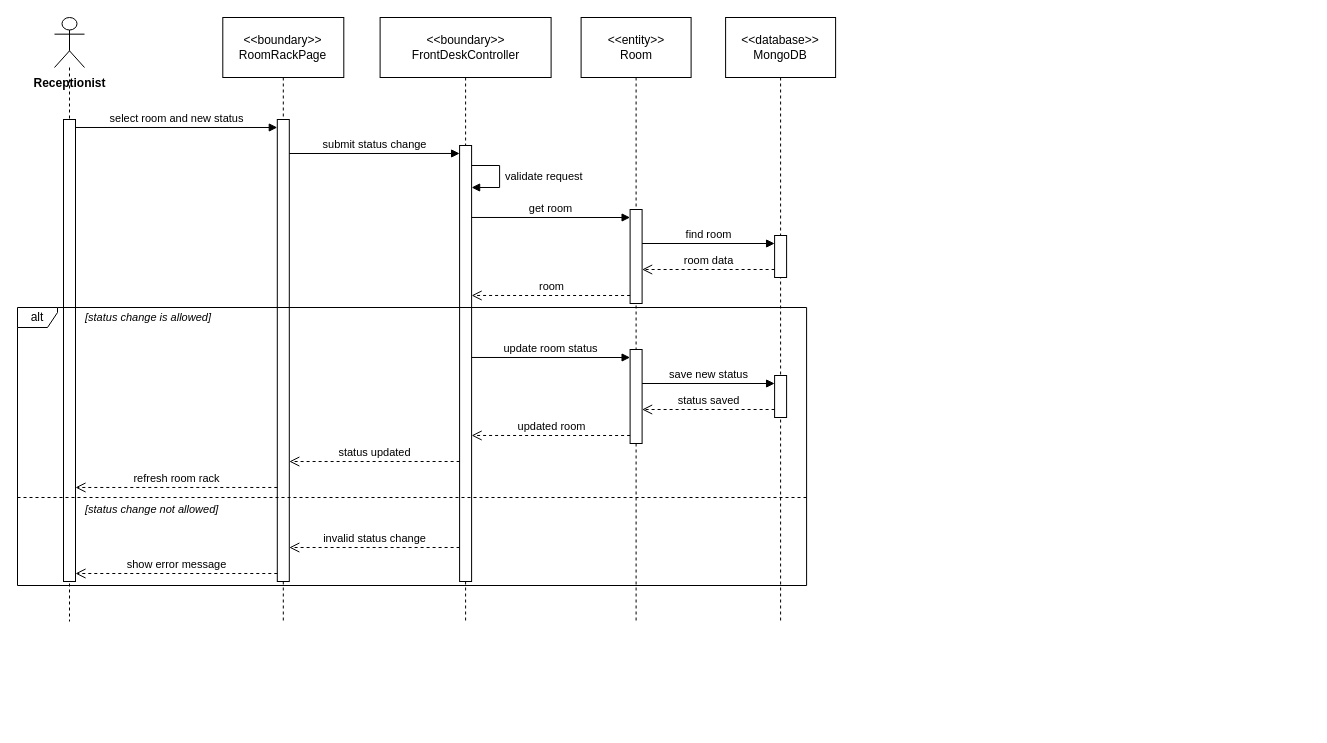
toikobi401/SWD392 keeps this draw.io diagram as final/diagrams/M1_Inventory-And-Pricing_Diagrams/sequence_diagrams/SD-02_UC-R13_UpdateRoomStatus.drawio. Above is the earlier version. Source tidied: cells renumbered, new cells numbered last; positions are measured from the earlier drawing's top-left corner, leaving out a move shared by most shapes. Both pictures are drawn from the tidied source at 100%, with x=0, y=0 at pixel (17, 17).
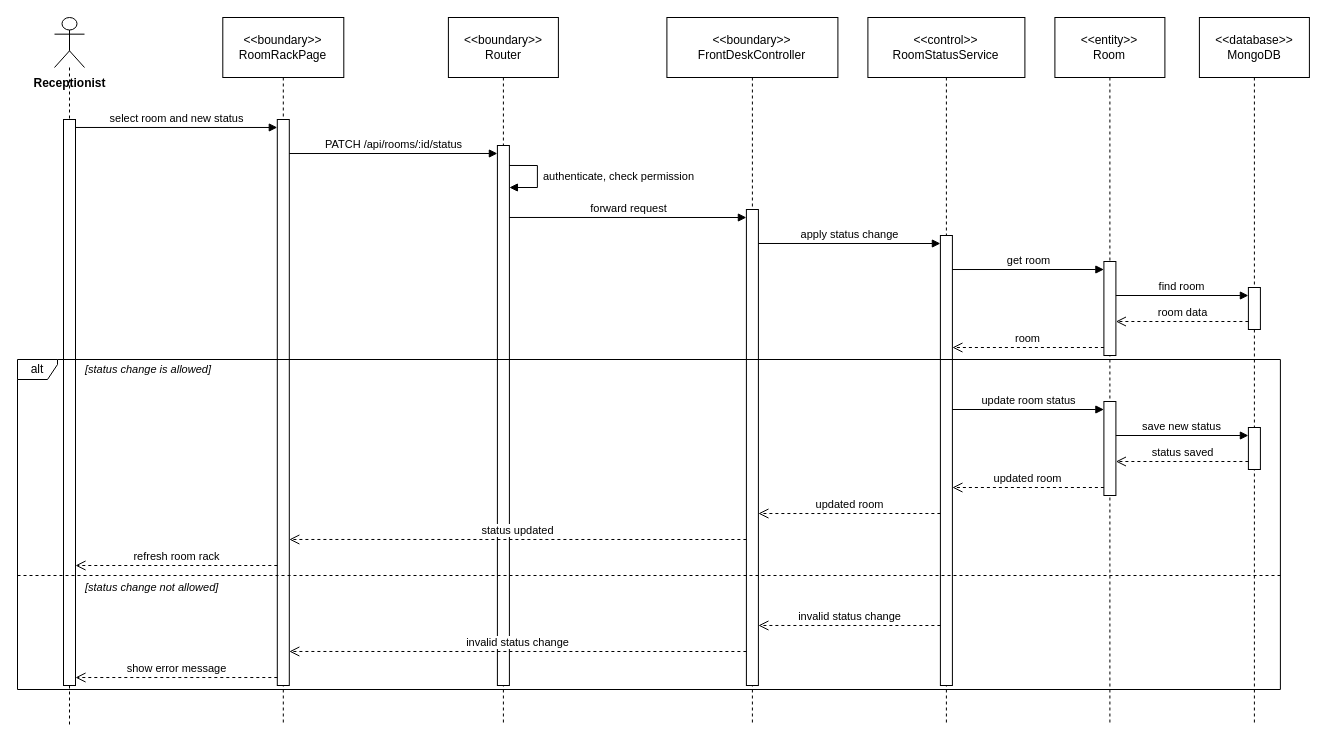
The same diagram, later.

Change to the diagram source:
```diff
@@
     <mxCell id="2" value="Receptionist" style="shape=umlLifeline;participant=umlActor;perimeter=lifelinePerimeter;whiteSpace=nowrap;html=1;verticalAlign=top;spacingTop=52;size=50;fontStyle=1;" parent="1" vertex="1">
-      <mxGeometry x="37" width="30" height="604" as="geometry" />
+      <mxGeometry x="37" width="30" height="708" as="geometry" />
     </mxCell>
     <mxCell id="3" value="&amp;lt;&amp;lt;boundary&amp;gt;&amp;gt;&lt;br&gt;RoomRackPage" style="shape=umlLifeline;perimeter=lifelinePerimeter;whiteSpace=wrap;html=1;size=60;" parent="1" vertex="1">
-      <mxGeometry x="205.3" width="121" height="604" as="geometry" />
+      <mxGeometry x="205.3" width="121" height="708" as="geometry" />
     </mxCell>
+    <mxCell id="33" value="&amp;lt;&amp;lt;boundary&amp;gt;&amp;gt;&lt;br&gt;Router" style="shape=umlLifeline;perimeter=lifelinePerimeter;whiteSpace=wrap;html=1;size=60;" parent="1" vertex="1">
+      <mxGeometry x="430.9" width="110" height="708" as="geometry" />
+    </mxCell>
     <mxCell id="4" value="&amp;lt;&amp;lt;boundary&amp;gt;&amp;gt;&lt;br&gt;FrontDeskController" style="shape=umlLifeline;perimeter=lifelinePerimeter;whiteSpace=wrap;html=1;size=60;" parent="1" vertex="1">
-      <mxGeometry x="362.6" width="171" height="604" as="geometry" />
+      <mxGeometry x="649.4" width="171" height="708" as="geometry" />
     </mxCell>
+    <mxCell id="34" value="&amp;lt;&amp;lt;control&amp;gt;&amp;gt;&lt;br&gt;RoomStatusService" style="shape=umlLifeline;perimeter=lifelinePerimeter;whiteSpace=wrap;html=1;size=60;" parent="1" vertex="1">
+      <mxGeometry x="850.4" width="157" height="708" as="geometry" />
+    </mxCell>
     <mxCell id="5" value="&amp;lt;&amp;lt;entity&amp;gt;&amp;gt;&lt;br&gt;Room" style="shape=umlLifeline;perimeter=lifelinePerimeter;whiteSpace=wrap;html=1;size=60;" parent="1" vertex="1">
-      <mxGeometry x="563.6" width="110" height="604" as="geometry" />
+      <mxGeometry x="1037.4" width="110" height="708" as="geometry" />
     </mxCell>
     <mxCell id="6" value="&amp;lt;&amp;lt;database&amp;gt;&amp;gt;&lt;br&gt;MongoDB" style="shape=umlLifeline;perimeter=lifelinePerimeter;whiteSpace=wrap;html=1;size=60;" parent="1" vertex="1">
-      <mxGeometry x="708.1" width="110" height="604" as="geometry" />
+      <mxGeometry x="1181.9" width="110" height="708" as="geometry" />
     </mxCell>
     <mxCell id="7" style="html=1;points=[];perimeter=orthogonalPerimeter;outlineConnect=0;targetShapes=umlLifeline;portConstraint=eastwest;" parent="6" vertex="1">
-      <mxGeometry x="49" y="218" width="12" height="42" as="geometry" />
+      <mxGeometry x="49" y="270" width="12" height="42" as="geometry" />
     </mxCell>
     <mxCell id="8" style="html=1;points=[];perimeter=orthogonalPerimeter;outlineConnect=0;targetShapes=umlLifeline;portConstraint=eastwest;" parent="5" vertex="1">
-      <mxGeometry x="49" y="192" width="12" height="94" as="geometry" />
+      <mxGeometry x="49" y="244" width="12" height="94" as="geometry" />
     </mxCell>
     <mxCell id="9" style="html=1;points=[];perimeter=orthogonalPerimeter;outlineConnect=0;targetShapes=umlLifeline;portConstraint=eastwest;" parent="6" vertex="1">
-      <mxGeometry x="49" y="358" width="12" height="42" as="geometry" />
+      <mxGeometry x="49" y="410" width="12" height="42" as="geometry" />
     </mxCell>
     <mxCell id="10" style="html=1;points=[];perimeter=orthogonalPerimeter;outlineConnect=0;targetShapes=umlLifeline;portConstraint=eastwest;" parent="5" vertex="1">
-      <mxGeometry x="49" y="332" width="12" height="94" as="geometry" />
+      <mxGeometry x="49" y="384" width="12" height="94" as="geometry" />
     </mxCell>
-    <mxCell id="11" style="html=1;points=[];perimeter=orthogonalPerimeter;outlineConnect=0;targetShapes=umlLifeline;portConstraint=eastwest;" parent="4" vertex="1">
-      <mxGeometry x="79.5" y="128" width="12" height="436" as="geometry" />
-    </mxCell>
-    <mxCell id="12" style="html=1;points=[];perimeter=orthogonalPerimeter;outlineConnect=0;targetShapes=umlLifeline;portConstraint=eastwest;" parent="3" vertex="1">
-      <mxGeometry x="54.5" y="102" width="12" height="462" as="geometry" />
-    </mxCell>
-    <mxCell id="13" style="html=1;points=[];perimeter=orthogonalPerimeter;outlineConnect=0;targetShapes=umlLifeline;portConstraint=eastwest;" parent="2" vertex="1">
-      <mxGeometry x="9" y="102" width="12" height="462" as="geometry" />
-    </mxCell>
+    <mxCell id="35" style="html=1;points=[];perimeter=orthogonalPerimeter;outlineConnect=0;targetShapes=umlLifeline;portConstraint=eastwest;" parent="34" vertex="1">
+      <mxGeometry x="72.5" y="218" width="12" height="450" as="geometry" />
+    </mxCell>
+    <mxCell id="36" style="html=1;points=[];perimeter=orthogonalPerimeter;outlineConnect=0;targetShapes=umlLifeline;portConstraint=eastwest;" parent="4" vertex="1">
+      <mxGeometry x="79.5" y="192" width="12" height="476" as="geometry" />
+    </mxCell>
+    <mxCell id="37" style="html=1;points=[];perimeter=orthogonalPerimeter;outlineConnect=0;targetShapes=umlLifeline;portConstraint=eastwest;" parent="33" vertex="1">
+      <mxGeometry x="49" y="128" width="12" height="540" as="geometry" />
+    </mxCell>
+    <mxCell id="38" style="html=1;points=[];perimeter=orthogonalPerimeter;outlineConnect=0;targetShapes=umlLifeline;portConstraint=eastwest;" parent="3" vertex="1">
+      <mxGeometry x="54.5" y="102" width="12" height="566" as="geometry" />
+    </mxCell>
+    <mxCell id="39" style="html=1;points=[];perimeter=orthogonalPerimeter;outlineConnect=0;targetShapes=umlLifeline;portConstraint=eastwest;" parent="2" vertex="1">
+      <mxGeometry x="9" y="102" width="12" height="566" as="geometry" />
+    </mxCell>
     <mxCell id="14" value="alt" style="shape=umlFrame;whiteSpace=wrap;html=1;width=40;height=20;" parent="1" vertex="1">
-      <mxGeometry y="290" width="789.1" height="278" as="geometry" />
+      <mxGeometry y="342" width="1262.9" height="330" as="geometry" />
     </mxCell>
     <mxCell id="15" style="endArrow=none;dashed=1;html=1;rounded=0;" parent="1" edge="1">
       <mxGeometry relative="1" as="geometry">
-        <mxPoint y="480" as="sourcePoint" />
-        <mxPoint x="789.1" y="480" as="targetPoint" />
+        <mxPoint y="558" as="sourcePoint" />
+        <mxPoint x="1262.9" y="558" as="targetPoint" />
       </mxGeometry>
     </mxCell>
     <mxCell id="16" value="[status change is allowed]" style="text;html=1;align=left;verticalAlign=middle;whiteSpace=nowrap;fontSize=11;fontStyle=2;labelBackgroundColor=#ffffff;" parent="1" vertex="1">
-      <mxGeometry x="66" y="290" width="163.2" height="20" as="geometry" />
+      <mxGeometry x="66" y="342" width="163.2" height="20" as="geometry" />
     </mxCell>
     <mxCell id="17" value="[status change not allowed]" style="text;html=1;align=left;verticalAlign=middle;whiteSpace=nowrap;fontSize=11;fontStyle=2;labelBackgroundColor=#ffffff;" parent="1" vertex="1">
-      <mxGeometry x="66" y="482" width="169.5" height="20" as="geometry" />
+      <mxGeometry x="66" y="560" width="169.5" height="20" as="geometry" />
     </mxCell>
-    <mxCell id="18" value="select room and new status" style="html=1;verticalAlign=bottom;rounded=0;fontSize=11;endArrow=block;endFill=1;exitX=1;exitY=0.0173;exitDx=0;exitDy=0;exitPerimeter=0;entryX=0;entryY=0.0173;entryDx=0;entryDy=0;entryPerimeter=0;" parent="1" edge="1" source="13" target="12">
+    <mxCell id="18" value="select room and new status" style="html=1;verticalAlign=bottom;rounded=0;fontSize=11;endArrow=block;endFill=1;exitX=1;exitY=0.0141;exitDx=0;exitDy=0;exitPerimeter=0;entryX=0;entryY=0.0141;entryDx=0;entryDy=0;entryPerimeter=0;" parent="1" edge="1" source="39" target="38">
       <mxGeometry relative="1" as="geometry" />
     </mxCell>
-    <mxCell id="19" value="submit status change" style="html=1;verticalAlign=bottom;rounded=0;fontSize=11;endArrow=block;endFill=1;exitX=1;exitY=0.0736;exitDx=0;exitDy=0;exitPerimeter=0;entryX=0;entryY=0.0183;entryDx=0;entryDy=0;entryPerimeter=0;" parent="1" edge="1" source="12" target="11">
+    <mxCell id="19" value="PATCH /api/rooms/:id/status" style="html=1;verticalAlign=bottom;rounded=0;fontSize=11;endArrow=block;endFill=1;exitX=1;exitY=0.0601;exitDx=0;exitDy=0;exitPerimeter=0;entryX=0;entryY=0.0148;entryDx=0;entryDy=0;entryPerimeter=0;" parent="1" edge="1" source="38" target="37">
       <mxGeometry relative="1" as="geometry" />
     </mxCell>
-    <mxCell id="20" value="validate request" style="html=1;align=left;spacingLeft=4;verticalAlign=middle;endArrow=block;endFill=1;rounded=0;fontSize=11;exitX=1;exitY=0.0459;exitDx=0;exitDy=0;exitPerimeter=0;entryX=1;entryY=0.0963;entryDx=0;entryDy=0;entryPerimeter=0;" parent="1" edge="1" source="11" target="11">
+    <mxCell id="20" value="authenticate, check permission" style="html=1;align=left;spacingLeft=4;verticalAlign=middle;endArrow=block;endFill=1;rounded=0;fontSize=11;exitX=1;exitY=0.037;exitDx=0;exitDy=0;exitPerimeter=0;entryX=1;entryY=0.0778;entryDx=0;entryDy=0;entryPerimeter=0;" parent="1" edge="1" source="37" target="37">
       <mxGeometry relative="1" as="geometry">
         <Array as="points">
-          <mxPoint x="482.1" y="148" />
-          <mxPoint x="482.1" y="170" />
+          <mxPoint x="519.9" y="148" />
+          <mxPoint x="519.9" y="170" />
         </Array>
       </mxGeometry>
     </mxCell>
-    <mxCell id="21" value="get room" style="html=1;verticalAlign=bottom;rounded=0;fontSize=11;endArrow=block;endFill=1;exitX=1;exitY=0.1651;exitDx=0;exitDy=0;exitPerimeter=0;entryX=0;entryY=0.0851;entryDx=0;entryDy=0;entryPerimeter=0;" parent="1" edge="1" source="11" target="8">
+    <mxCell id="21" value="forward request" style="html=1;verticalAlign=bottom;rounded=0;fontSize=11;endArrow=block;endFill=1;exitX=1;exitY=0.1333;exitDx=0;exitDy=0;exitPerimeter=0;entryX=0;entryY=0.0168;entryDx=0;entryDy=0;entryPerimeter=0;" parent="1" edge="1" source="37" target="36">
       <mxGeometry relative="1" as="geometry" />
     </mxCell>
-    <mxCell id="22" value="find room" style="html=1;verticalAlign=bottom;rounded=0;fontSize=11;endArrow=block;endFill=1;exitX=1;exitY=0.3617;exitDx=0;exitDy=0;exitPerimeter=0;entryX=0;entryY=0.1905;entryDx=0;entryDy=0;entryPerimeter=0;" parent="1" edge="1" source="8" target="7">
+    <mxCell id="22" value="apply status change" style="html=1;verticalAlign=bottom;rounded=0;fontSize=11;endArrow=block;endFill=1;exitX=1;exitY=0.0714;exitDx=0;exitDy=0;exitPerimeter=0;entryX=0;entryY=0.0178;entryDx=0;entryDy=0;entryPerimeter=0;" parent="1" edge="1" source="36" target="35">
       <mxGeometry relative="1" as="geometry" />
     </mxCell>
-    <mxCell id="23" value="room data" style="html=1;verticalAlign=bottom;rounded=0;fontSize=11;dashed=1;endArrow=open;endSize=8;exitX=0;exitY=0.8095;exitDx=0;exitDy=0;exitPerimeter=0;entryX=1;entryY=0.6383;entryDx=0;entryDy=0;entryPerimeter=0;" parent="1" edge="1" source="7" target="8">
+    <mxCell id="23" value="get room" style="html=1;verticalAlign=bottom;rounded=0;fontSize=11;endArrow=block;endFill=1;exitX=1;exitY=0.0756;exitDx=0;exitDy=0;exitPerimeter=0;entryX=0;entryY=0.0851;entryDx=0;entryDy=0;entryPerimeter=0;" parent="1" edge="1" source="35" target="8">
       <mxGeometry relative="1" as="geometry" />
     </mxCell>
-    <mxCell id="24" value="room" style="html=1;verticalAlign=bottom;rounded=0;fontSize=11;dashed=1;endArrow=open;endSize=8;exitX=0;exitY=0.9149;exitDx=0;exitDy=0;exitPerimeter=0;entryX=1;entryY=0.344;entryDx=0;entryDy=0;entryPerimeter=0;" parent="1" edge="1" source="8" target="11">
+    <mxCell id="24" value="find room" style="html=1;verticalAlign=bottom;rounded=0;fontSize=11;endArrow=block;endFill=1;exitX=1;exitY=0.3617;exitDx=0;exitDy=0;exitPerimeter=0;entryX=0;entryY=0.1905;entryDx=0;entryDy=0;entryPerimeter=0;" parent="1" edge="1" source="8" target="7">
       <mxGeometry relative="1" as="geometry" />
     </mxCell>
-    <mxCell id="25" value="update room status" style="html=1;verticalAlign=bottom;rounded=0;fontSize=11;endArrow=block;endFill=1;exitX=1;exitY=0.4862;exitDx=0;exitDy=0;exitPerimeter=0;entryX=0;entryY=0.0851;entryDx=0;entryDy=0;entryPerimeter=0;" parent="1" edge="1" source="11" target="10">
+    <mxCell id="25" value="room data" style="html=1;verticalAlign=bottom;rounded=0;fontSize=11;dashed=1;endArrow=open;endSize=8;exitX=0;exitY=0.8095;exitDx=0;exitDy=0;exitPerimeter=0;entryX=1;entryY=0.6383;entryDx=0;entryDy=0;entryPerimeter=0;" parent="1" edge="1" source="7" target="8">
       <mxGeometry relative="1" as="geometry" />
     </mxCell>
-    <mxCell id="26" value="save new status" style="html=1;verticalAlign=bottom;rounded=0;fontSize=11;endArrow=block;endFill=1;exitX=1;exitY=0.3617;exitDx=0;exitDy=0;exitPerimeter=0;entryX=0;entryY=0.1905;entryDx=0;entryDy=0;entryPerimeter=0;" parent="1" edge="1" source="10" target="9">
+    <mxCell id="26" value="room" style="html=1;verticalAlign=bottom;rounded=0;fontSize=11;dashed=1;endArrow=open;endSize=8;exitX=0;exitY=0.9149;exitDx=0;exitDy=0;exitPerimeter=0;entryX=1;entryY=0.2489;entryDx=0;entryDy=0;entryPerimeter=0;" parent="1" edge="1" source="8" target="35">
       <mxGeometry relative="1" as="geometry" />
     </mxCell>
-    <mxCell id="27" value="status saved" style="html=1;verticalAlign=bottom;rounded=0;fontSize=11;dashed=1;endArrow=open;endSize=8;exitX=0;exitY=0.8095;exitDx=0;exitDy=0;exitPerimeter=0;entryX=1;entryY=0.6383;entryDx=0;entryDy=0;entryPerimeter=0;" parent="1" edge="1" source="9" target="10">
+    <mxCell id="27" value="update room status" style="html=1;verticalAlign=bottom;rounded=0;fontSize=11;endArrow=block;endFill=1;exitX=1;exitY=0.3867;exitDx=0;exitDy=0;exitPerimeter=0;entryX=0;entryY=0.0851;entryDx=0;entryDy=0;entryPerimeter=0;" parent="1" edge="1" source="35" target="10">
       <mxGeometry relative="1" as="geometry" />
     </mxCell>
-    <mxCell id="28" value="updated room" style="html=1;verticalAlign=bottom;rounded=0;fontSize=11;dashed=1;endArrow=open;endSize=8;exitX=0;exitY=0.9149;exitDx=0;exitDy=0;exitPerimeter=0;entryX=1;entryY=0.6651;entryDx=0;entryDy=0;entryPerimeter=0;" parent="1" edge="1" source="10" target="11">
+    <mxCell id="28" value="save new status" style="html=1;verticalAlign=bottom;rounded=0;fontSize=11;endArrow=block;endFill=1;exitX=1;exitY=0.3617;exitDx=0;exitDy=0;exitPerimeter=0;entryX=0;entryY=0.1905;entryDx=0;entryDy=0;entryPerimeter=0;" parent="1" edge="1" source="10" target="9">
       <mxGeometry relative="1" as="geometry" />
     </mxCell>
-    <mxCell id="29" value="status updated" style="html=1;verticalAlign=bottom;rounded=0;fontSize=11;dashed=1;endArrow=open;endSize=8;exitX=0;exitY=0.7248;exitDx=0;exitDy=0;exitPerimeter=0;entryX=1;entryY=0.7403;entryDx=0;entryDy=0;entryPerimeter=0;" parent="1" edge="1" source="11" target="12">
+    <mxCell id="29" value="status saved" style="html=1;verticalAlign=bottom;rounded=0;fontSize=11;dashed=1;endArrow=open;endSize=8;exitX=0;exitY=0.8095;exitDx=0;exitDy=0;exitPerimeter=0;entryX=1;entryY=0.6383;entryDx=0;entryDy=0;entryPerimeter=0;" parent="1" edge="1" source="9" target="10">
       <mxGeometry relative="1" as="geometry" />
     </mxCell>
-    <mxCell id="30" value="refresh room rack" style="html=1;verticalAlign=bottom;rounded=0;fontSize=11;dashed=1;endArrow=open;endSize=8;exitX=0;exitY=0.7965;exitDx=0;exitDy=0;exitPerimeter=0;entryX=1;entryY=0.7965;entryDx=0;entryDy=0;entryPerimeter=0;" parent="1" edge="1" source="12" target="13">
+    <mxCell id="30" value="updated room" style="html=1;verticalAlign=bottom;rounded=0;fontSize=11;dashed=1;endArrow=open;endSize=8;exitX=0;exitY=0.9149;exitDx=0;exitDy=0;exitPerimeter=0;entryX=1;entryY=0.56;entryDx=0;entryDy=0;entryPerimeter=0;" parent="1" edge="1" source="10" target="35">
       <mxGeometry relative="1" as="geometry" />
     </mxCell>
-    <mxCell id="31" value="invalid status change" style="html=1;verticalAlign=bottom;rounded=0;fontSize=11;dashed=1;endArrow=open;endSize=8;exitX=0;exitY=0.922;exitDx=0;exitDy=0;exitPerimeter=0;entryX=1;entryY=0.9264;entryDx=0;entryDy=0;entryPerimeter=0;" parent="1" edge="1" source="11" target="12">
+    <mxCell id="31" value="updated room" style="html=1;verticalAlign=bottom;rounded=0;fontSize=11;dashed=1;endArrow=open;endSize=8;exitX=0;exitY=0.6178;exitDx=0;exitDy=0;exitPerimeter=0;entryX=1;entryY=0.6387;entryDx=0;entryDy=0;entryPerimeter=0;" parent="1" edge="1" source="35" target="36">
       <mxGeometry relative="1" as="geometry" />
     </mxCell>
-    <mxCell id="32" value="show error message" style="html=1;verticalAlign=bottom;rounded=0;fontSize=11;dashed=1;endArrow=open;endSize=8;exitX=0;exitY=0.9827;exitDx=0;exitDy=0;exitPerimeter=0;entryX=1;entryY=0.9827;entryDx=0;entryDy=0;entryPerimeter=0;" parent="1" edge="1" source="12" target="13">
+    <mxCell id="32" value="status updated" style="html=1;verticalAlign=bottom;rounded=0;fontSize=11;dashed=1;endArrow=open;endSize=8;exitX=0;exitY=0.6933;exitDx=0;exitDy=0;exitPerimeter=0;entryX=1;entryY=0.742;entryDx=0;entryDy=0;entryPerimeter=0;" parent="1" edge="1" source="36" target="38">
       <mxGeometry relative="1" as="geometry" />
     </mxCell>
+    <mxCell id="40" value="refresh room rack" style="html=1;verticalAlign=bottom;rounded=0;fontSize=11;dashed=1;endArrow=open;endSize=8;exitX=0;exitY=0.788;exitDx=0;exitDy=0;exitPerimeter=0;entryX=1;entryY=0.788;entryDx=0;entryDy=0;entryPerimeter=0;" parent="1" edge="1" source="38" target="39">
+      <mxGeometry relative="1" as="geometry" />
+    </mxCell>
+    <mxCell id="41" value="invalid status change" style="html=1;verticalAlign=bottom;rounded=0;fontSize=11;dashed=1;endArrow=open;endSize=8;exitX=0;exitY=0.8667;exitDx=0;exitDy=0;exitPerimeter=0;entryX=1;entryY=0.8739;entryDx=0;entryDy=0;entryPerimeter=0;" parent="1" edge="1" source="35" target="36">
+      <mxGeometry relative="1" as="geometry" />
+    </mxCell>
+    <mxCell id="42" value="invalid status change" style="html=1;verticalAlign=bottom;rounded=0;fontSize=11;dashed=1;endArrow=open;endSize=8;exitX=0;exitY=0.9286;exitDx=0;exitDy=0;exitPerimeter=0;entryX=1;entryY=0.9399;entryDx=0;entryDy=0;entryPerimeter=0;" parent="1" edge="1" source="36" target="38">
+      <mxGeometry relative="1" as="geometry" />
+    </mxCell>
+    <mxCell id="43" value="show error message" style="html=1;verticalAlign=bottom;rounded=0;fontSize=11;dashed=1;endArrow=open;endSize=8;exitX=0;exitY=0.9859;exitDx=0;exitDy=0;exitPerimeter=0;entryX=1;entryY=0.9859;entryDx=0;entryDy=0;entryPerimeter=0;" parent="1" edge="1" source="38" target="39">
+      <mxGeometry relative="1" as="geometry" />
+    </mxCell>
```
